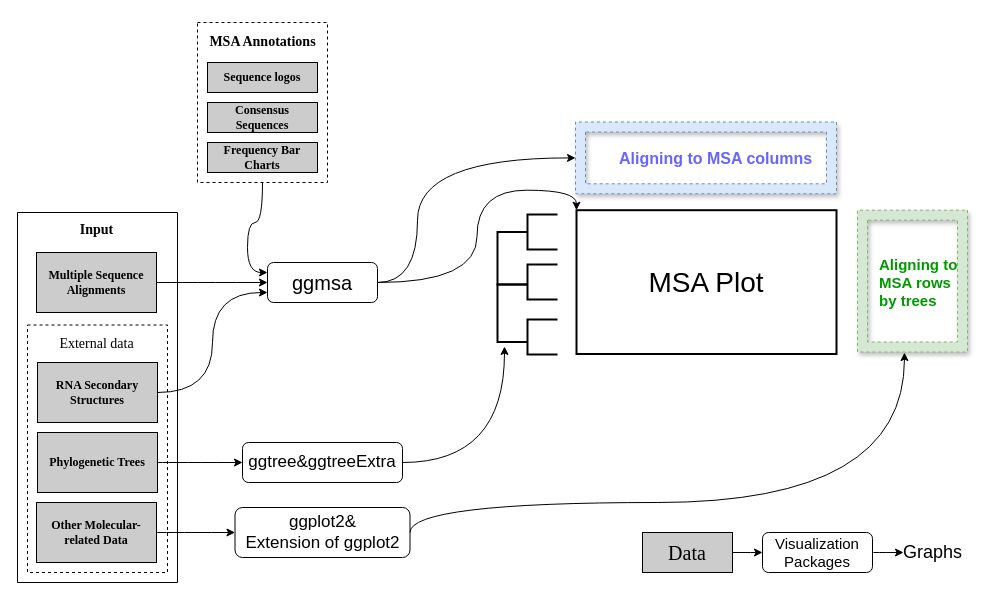
Above: draw.io/software_ecosystem.drawio in YuLab-SMU/supplemental-ggmsa (draw.io), before the change. Source tidied: cells renumbered, new cells numbered last; positions are measured from the earlier drawing's top-left corner, leaving out a move shared by most shapes. Both pictures are drawn from the tidied source at 100%, with x=0, y=0 at pixel (17, 22).
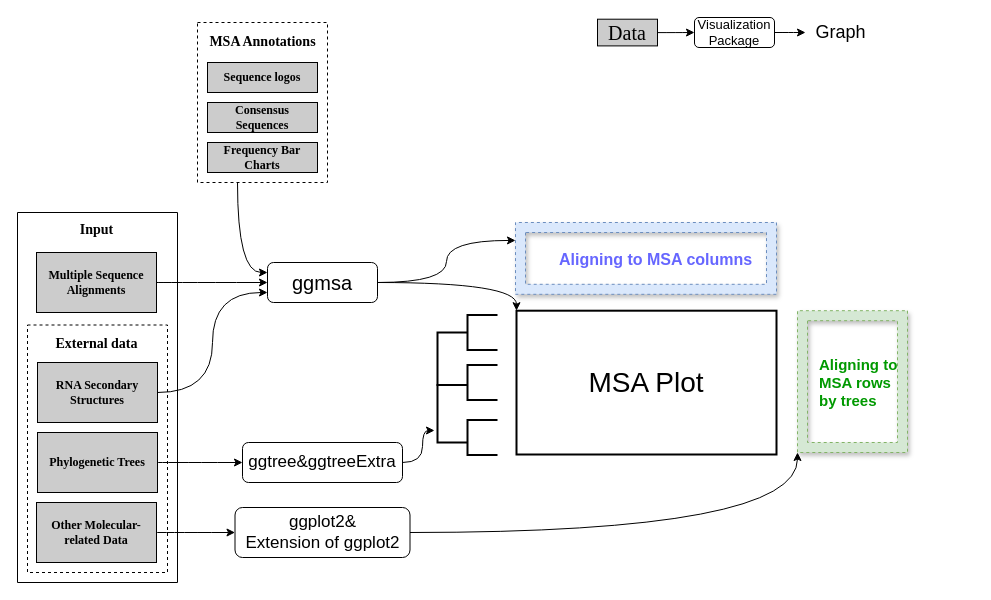
After the change.

Unchanged cells that the change refers to:
```xml
<mxCell id="3" style="verticalLabelPosition=bottom;verticalAlign=top;html=1;shape=mxgraph.basic.rect;fillColor2=none;strokeWidth=1;size=20;indent=5;fillColor=none;dashed=1;" parent="1" vertex="1">
  <mxGeometry x="180" width="130" height="160" as="geometry" />
</mxCell>
<mxCell id="16" value="&lt;font style=&quot;font-size: 20px&quot;&gt;ggmsa&lt;/font&gt;" style="rounded=1;whiteSpace=wrap;html=1;fillColor=none;strokeColor=#000000;" parent="1" vertex="1">
  <mxGeometry x="250" y="240" width="110" height="40" as="geometry" />
</mxCell>
<mxCell id="18" value="&lt;font style=&quot;font-size: 17px&quot;&gt;ggtree&amp;amp;ggtreeExtra&lt;/font&gt;" style="rounded=1;whiteSpace=wrap;html=1;strokeColor=#000000;fillColor=none;" parent="1" vertex="1">
  <mxGeometry x="225" y="420" width="160" height="40" as="geometry" />
</mxCell>
<mxCell id="20" value="&lt;font style=&quot;font-size: 17px&quot;&gt;ggplot2&amp;amp;&lt;br&gt;Extension of ggplot2&lt;/font&gt;" style="rounded=1;whiteSpace=wrap;html=1;strokeColor=#000000;fillColor=none;" parent="1" vertex="1">
  <mxGeometry x="217.5" y="485" width="175" height="50" as="geometry" />
</mxCell>
<mxCell id="27" style="strokeWidth=2;html=1;shape=mxgraph.flowchart.annotation_1;align=left;fillColor=none;" parent="24" vertex="1">
  <mxGeometry y="70" width="30" height="57.5" as="geometry" />
</mxCell>
<mxCell id="30" value="&lt;font style=&quot;font-size: 28px&quot;&gt;MSA Plot&lt;/font&gt;" style="rounded=0;whiteSpace=wrap;html=1;strokeColor=#000000;strokeWidth=2;fillColor=none;" parent="23" vertex="1">
  <mxGeometry x="79" y="88.2" width="260" height="143.8" as="geometry" />
</mxCell>
<mxCell id="32" style="verticalLabelPosition=bottom;verticalAlign=top;html=1;shape=mxgraph.basic.frame;dx=10;strokeColor=#6c8ebf;fillColor=#dae8fc;shadow=1;dashed=1;" parent="31" vertex="1">
  <mxGeometry width="261" height="71.8" as="geometry" />
</mxCell>
<mxCell id="35" style="verticalLabelPosition=bottom;verticalAlign=top;html=1;shape=mxgraph.basic.frame;dx=10;strokeColor=#82b366;fillColor=#d5e8d4;shadow=1;dashed=1;" parent="34" vertex="1">
  <mxGeometry width="110" height="141.8" as="geometry" />
</mxCell>
```

The edit, as a diff of the source:
```diff
@@
     <mxCell id="2" style="edgeStyle=orthogonalEdgeStyle;curved=1;jettySize=auto;html=1;entryX=0;entryY=0.25;entryDx=0;entryDy=0;" parent="1" edge="1" source="3" target="16">
-      <mxGeometry relative="1" as="geometry" />
+      <mxGeometry relative="1" as="geometry">
+        <Array as="points">
+          <mxPoint x="220" y="250" />
+        </Array>
+      </mxGeometry>
     </mxCell>
@@
+    <mxCell id="15" style="edgeStyle=orthogonalEdgeStyle;jettySize=auto;html=1;entryX=0;entryY=0;entryDx=0;entryDy=0;curved=1;" parent="1" edge="1" source="16" target="30">
+      <mxGeometry relative="1" as="geometry" />
+    </mxCell>
-    <mxCell id="14" style="edgeStyle=orthogonalEdgeStyle;curved=1;jettySize=auto;html=1;exitX=1;exitY=0.5;exitDx=0;exitDy=0;entryX=0;entryY=0.5;entryDx=0;entryDy=0;entryPerimeter=0;" parent="1" edge="1" source="16" target="32">
-      <mxGeometry relative="1" as="geometry">
-        <Array as="points">
-          <mxPoint x="400" y="260" />
-          <mxPoint x="400" y="135" />
-        </Array>
-      </mxGeometry>
+    <mxCell id="14" style="edgeStyle=orthogonalEdgeStyle;curved=1;jettySize=auto;html=1;entryX=0;entryY=0;entryDx=0;entryDy=17.9375;entryPerimeter=0;" parent="1" edge="1" source="16" target="32">
+      <mxGeometry relative="1" as="geometry" />
     </mxCell>
-    <mxCell id="15" style="edgeStyle=orthogonalEdgeStyle;curved=1;jettySize=auto;html=1;entryX=0;entryY=0;entryDx=0;entryDy=0;" parent="1" edge="1" source="16" target="30">
-      <mxGeometry relative="1" as="geometry" />
-    </mxCell>
@@
-    <mxCell id="17" style="edgeStyle=orthogonalEdgeStyle;curved=1;jettySize=auto;html=1;exitX=1;exitY=0.5;exitDx=0;exitDy=0;entryX=0.233;entryY=1.078;entryDx=0;entryDy=0;entryPerimeter=0;" parent="1" edge="1" source="18" target="27">
+    <mxCell id="17" style="edgeStyle=orthogonalEdgeStyle;curved=1;jettySize=auto;html=1;entryX=-0.1;entryY=0.791;entryDx=0;entryDy=0;entryPerimeter=0;" parent="1" edge="1" source="18" target="27">
       <mxGeometry relative="1" as="geometry" />
     </mxCell>
@@
-    <mxCell id="19" style="edgeStyle=orthogonalEdgeStyle;curved=1;jettySize=auto;html=1;exitX=1;exitY=0.5;exitDx=0;exitDy=0;entryX=0.427;entryY=1.004;entryDx=0;entryDy=0;entryPerimeter=0;" parent="1" edge="1" source="20" target="35">
+    <mxCell id="19" style="edgeStyle=orthogonalEdgeStyle;curved=1;jettySize=auto;html=1;entryX=0;entryY=1;entryDx=0;entryDy=0;entryPerimeter=0;" parent="1" edge="1" source="20" target="35">
       <mxGeometry relative="1" as="geometry">
         <Array as="points">
-          <mxPoint x="393" y="480" />
-          <mxPoint x="887" y="480" />
+          <mxPoint x="780" y="510" />
         </Array>
       </mxGeometry>
     </mxCell>
@@
-    <mxCell id="21" style="edgeStyle=orthogonalEdgeStyle;curved=1;jettySize=auto;html=1;entryX=0;entryY=0.5;entryDx=0;entryDy=0;" parent="1" edge="1" source="22" target="44">
+    <mxCell id="21" style="edgeStyle=orthogonalEdgeStyle;curved=1;jettySize=auto;html=1;" parent="1" edge="1" source="22" target="44">
       <mxGeometry relative="1" as="geometry" />
     </mxCell>
     <mxCell id="22" value="&lt;font face=&quot;Times New Roman&quot; style=&quot;font-size: 20px&quot;&gt;Data&lt;/font&gt;" style="rounded=0;whiteSpace=wrap;html=1;fillColor=#CCCCCC;" parent="1" vertex="1">
-      <mxGeometry x="625" y="510" width="90" height="40" as="geometry" />
+      <mxGeometry x="580" y="-3.3" width="60" height="26.7" as="geometry" />
     </mxCell>
     <mxCell id="23" style="group;" parent="1" vertex="1">
-      <mxGeometry x="480" y="99.5" width="470" height="232.5" as="geometry" />
+      <mxGeometry x="420" y="200" width="470" height="232.5" as="geometry" />
     </mxCell>
@@
-    <mxCell id="37" value="&lt;font style=&quot;font-size: 14px&quot; face=&quot;Times New Roman&quot;&gt;External data&lt;/font&gt;" style="text;html=1;align=center;verticalAlign=middle;" parent="1" vertex="1">
-      <mxGeometry x="34" y="312" width="90" height="20" as="geometry" />
+    <mxCell id="37" value="&lt;font style=&quot;font-size: 14px&quot; face=&quot;Times New Roman&quot;&gt;&lt;b&gt;External data&lt;/b&gt;&lt;/font&gt;" style="text;html=1;align=center;verticalAlign=middle;" parent="1" vertex="1">
+      <mxGeometry x="29" y="312" width="100" height="20" as="geometry" />
     </mxCell>
@@
-    <mxCell id="43" style="edgeStyle=orthogonalEdgeStyle;curved=1;orthogonalLoop=1;jettySize=auto;html=1;exitX=1;exitY=0.5;exitDx=0;exitDy=0;" parent="1" edge="1">
-      <mxGeometry relative="1" as="geometry">
-        <mxPoint x="856" y="530" as="sourcePoint" />
-        <mxPoint x="886" y="530" as="targetPoint" />
-      </mxGeometry>
-    </mxCell>
+    <mxCell id="46" style="edgeStyle=orthogonalEdgeStyle;curved=1;jettySize=auto;html=1;" parent="1" edge="1" source="44" target="45">
+      <mxGeometry relative="1" as="geometry" />
+    </mxCell>
-    <mxCell id="44" value="&lt;font style=&quot;font-size: 15px&quot;&gt;Visualization&lt;br&gt;Packages&lt;/font&gt;" style="rounded=1;whiteSpace=wrap;html=1;fillColor=none;strokeColor=#000000;" parent="1" vertex="1">
-      <mxGeometry x="745" y="510" width="110" height="40" as="geometry" />
+    <mxCell id="44" value="&lt;font style=&quot;font-size: 13px&quot;&gt;Visualization&lt;br&gt;Package&lt;/font&gt;" style="rounded=1;whiteSpace=wrap;html=1;fillColor=none;strokeColor=#000000;" parent="1" vertex="1">
+      <mxGeometry x="677" y="-5" width="80" height="30" as="geometry" />
     </mxCell>
-    <mxCell id="45" value="&lt;font style=&quot;font-size: 18px&quot;&gt;Graphs&lt;/font&gt;" style="text;html=1;align=center;verticalAlign=middle;points=[];" parent="1" vertex="1">
-      <mxGeometry x="880" y="520" width="70" height="20" as="geometry" />
+    <mxCell id="45" value="&lt;font style=&quot;font-size: 18px&quot;&gt;Graph&lt;/font&gt;" style="text;html=1;align=center;verticalAlign=middle;points=[];" parent="1" vertex="1">
+      <mxGeometry x="788" width="70" height="20" as="geometry" />
     </mxCell>
```
